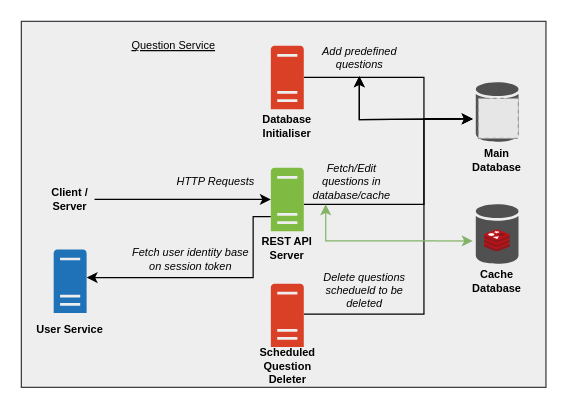
CS3219-AY2324S1-G04/peerprep_question_service keeps this draw.io diagram as images/architecture.drawio. Above is the earlier version. Source tidied: cells renumbered, new cells numbered last; positions are measured from the earlier drawing's top-left corner, leaving out a move shared by most shapes. Both pictures are drawn from the tidied source at 122%, with x=0, y=0 at pixel (21, 21). Pictures stored in the file or linked from it are replaced by grey dashed boxes.
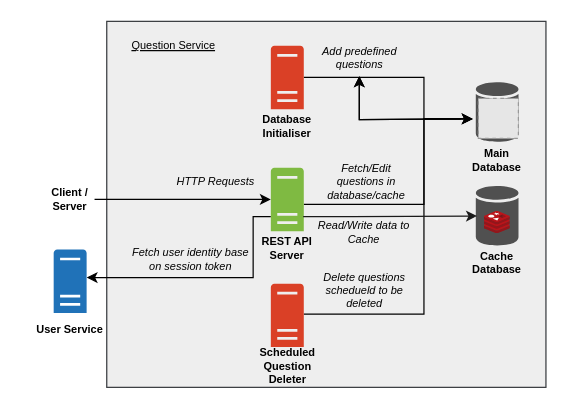
Above is the later version.

Commit message (it also covers changes not shown here):
Edit architecture diagram

The edit, as a diff of the source:
```diff
@@
     <mxCell id="2" style="rounded=0;whiteSpace=wrap;html=1;fillColor=#eeeeee;strokeColor=#36393d;" parent="1" vertex="1">
-      <mxGeometry width="430" height="300" as="geometry" />
+      <mxGeometry x="70" width="360" height="300" as="geometry" />
     </mxCell>
@@
     <mxCell id="4" value="Fetch/Edit questions in database/cache" style="text;html=1;strokeColor=none;fillColor=none;align=center;verticalAlign=middle;whiteSpace=wrap;rounded=0;fontSize=9;spacing=2;horizontal=1;fontStyle=2;" parent="1" vertex="1">
-      <mxGeometry x="231.5" y="117" width="77.5" height="30" as="geometry" />
+      <mxGeometry x="243.5" y="117" width="77.5" height="30" as="geometry" />
     </mxCell>
@@
     <mxCell id="15" style="group;" parent="1" vertex="1">
-      <mxGeometry x="360" y="150" width="60" height="77" as="geometry" />
+      <mxGeometry x="360" y="135" width="60" height="77" as="geometry" />
     </mxCell>
@@
-    <mxCell id="38" style="edgeStyle=orthogonalEdgeStyle;rounded=0;orthogonalLoop=1;jettySize=auto;html=1;endArrow=classic;endFill=1;fillColor=#d5e8d4;strokeColor=#82b366;" parent="1" edge="1">
-      <mxGeometry relative="1" as="geometry">
-        <mxPoint x="340" y="180" as="sourcePoint" />
-        <mxPoint x="249.5" y="150" as="targetPoint" />
-        <Array as="points">
-          <mxPoint x="250" y="180" />
-        </Array>
-      </mxGeometry>
-    </mxCell>
-    <mxCell id="39" style="endArrow=classic;html=1;rounded=0;endSize=6;startSize=6;targetPerimeterSpacing=0;jumpSize=6;fillColor=#d5e8d4;strokeColor=#82b366;" parent="1" edge="1">
-      <mxGeometry relative="1" as="geometry">
-        <mxPoint x="340" y="180" as="sourcePoint" />
-        <mxPoint x="370" y="180" as="targetPoint" />
-      </mxGeometry>
-    </mxCell>
@@
+    <mxCell id="41" style="endArrow=classic;html=1;rounded=0;strokeColor=#1A1A1A;" parent="1" edge="1">
+      <mxGeometry relative="1" as="geometry">
+        <mxPoint x="231" y="160" as="sourcePoint" />
+        <mxPoint x="373.5" y="159.6" as="targetPoint" />
+        <Array as="points">
+          <mxPoint x="271" y="160" />
+        </Array>
+      </mxGeometry>
+    </mxCell>
+    <mxCell id="42" value="Read/Write data to Cache" style="text;html=1;strokeColor=none;fillColor=none;align=center;verticalAlign=middle;whiteSpace=wrap;rounded=0;fontSize=9;spacing=2;horizontal=1;fontStyle=2;" parent="1" vertex="1">
+      <mxGeometry x="242" y="158" width="77.5" height="30" as="geometry" />
+    </mxCell>
```
